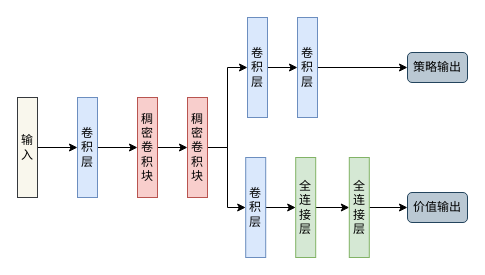
The draw.io diagram 策略价值网络示意图.drawio in zhaoyangkun/draw.io, before the edit. Source tidied: cells renumbered, new cells numbered last; positions are measured from the earlier drawing's top-left corner, leaving out a move shared by most shapes. Both pictures are drawn from the tidied source at 100%, with x=0, y=0 at pixel (17, 17).
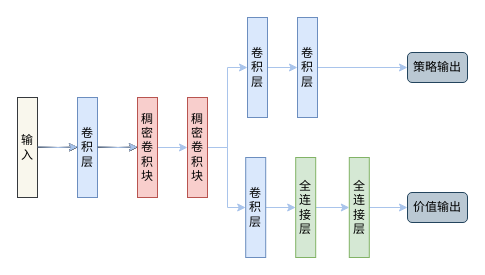
Above is the later version.

Commit message (it also covers changes not shown here):
更新策略价值网络示意图.drawio

The change refers to these unchanged cells:
```xml
<mxCell id="7" value="稠密&lt;br&gt;卷积块" style="rounded=0;whiteSpace=wrap;html=1;fillColor=#f8cecc;strokeColor=#b85450;flipH=1;" parent="1" vertex="1">
  <mxGeometry x="120" y="80" width="20" height="100" as="geometry" />
</mxCell>
<mxCell id="10" value="稠密&lt;br&gt;卷积块" style="rounded=0;whiteSpace=wrap;html=1;fillColor=#f8cecc;strokeColor=#b85450;flipH=1;" parent="1" vertex="1">
  <mxGeometry x="170" y="80" width="20" height="100" as="geometry" />
</mxCell>
<mxCell id="12" value="卷积层" style="rounded=0;whiteSpace=wrap;html=1;fillColor=#dae8fc;strokeColor=#6c8ebf;flipH=1;" parent="1" vertex="1">
  <mxGeometry x="230" width="20" height="100" as="geometry" />
</mxCell>
<mxCell id="14" value="卷积层" style="rounded=0;whiteSpace=wrap;html=1;fillColor=#dae8fc;strokeColor=#6c8ebf;flipH=1;" parent="1" vertex="1">
  <mxGeometry x="280" width="20" height="100" as="geometry" />
</mxCell>
<mxCell id="16" value="卷积层" style="rounded=0;whiteSpace=wrap;html=1;fillColor=#dae8fc;strokeColor=#6c8ebf;flipH=1;" parent="1" vertex="1">
  <mxGeometry x="228.2" y="140" width="20" height="100" as="geometry" />
</mxCell>
<mxCell id="18" value="全连接层" style="rounded=0;whiteSpace=wrap;html=1;fillColor=#d5e8d4;strokeColor=#82b366;flipH=1;" parent="1" vertex="1">
  <mxGeometry x="278.2" y="140" width="20" height="100" as="geometry" />
</mxCell>
<mxCell id="20" value="全连接层" style="rounded=0;whiteSpace=wrap;html=1;fillColor=#d5e8d4;strokeColor=#82b366;flipH=1;" parent="1" vertex="1">
  <mxGeometry x="331.8" y="140" width="20" height="100" as="geometry" />
</mxCell>
<mxCell id="21" value="策略输出" style="text;html=1;strokeColor=#23445d;fillColor=#bac8d3;align=center;verticalAlign=middle;whiteSpace=wrap;rounded=1;" parent="1" vertex="1">
  <mxGeometry x="390" y="35" width="60" height="30" as="geometry" />
</mxCell>
<mxCell id="22" value="价值输出" style="text;html=1;strokeColor=#23445d;fillColor=#bac8d3;align=center;verticalAlign=middle;whiteSpace=wrap;rounded=1;glass=0;shadow=0;" parent="1" vertex="1">
  <mxGeometry x="390" y="175" width="60" height="30" as="geometry" />
</mxCell>
```

Diff of the diagram source:
```diff
@@
-    <mxCell id="6" style="edgeStyle=orthogonalEdgeStyle;rounded=0;jettySize=auto;html=1;entryX=0;entryY=0.5;entryDx=0;entryDy=0;" parent="1" edge="1" source="7" target="10">
+    <mxCell id="6" style="edgeStyle=orthogonalEdgeStyle;rounded=0;jettySize=auto;html=1;entryX=0;entryY=0.5;entryDx=0;entryDy=0;strokeColor=#A9C4EB;" parent="1" edge="1" source="7" target="10">
       <mxGeometry relative="1" as="geometry" />
     </mxCell>
@@
-    <mxCell id="8" style="edgeStyle=orthogonalEdgeStyle;rounded=0;jettySize=auto;html=1;" parent="1" edge="1" source="10" target="12">
+    <mxCell id="8" style="edgeStyle=orthogonalEdgeStyle;rounded=0;jettySize=auto;html=1;strokeColor=#A9C4EB;" parent="1" edge="1" source="10" target="12">
       <mxGeometry relative="1" as="geometry" />
     </mxCell>
-    <mxCell id="9" style="edgeStyle=orthogonalEdgeStyle;rounded=0;jettySize=auto;html=1;" parent="1" edge="1" source="10" target="16">
+    <mxCell id="9" style="edgeStyle=orthogonalEdgeStyle;rounded=0;jettySize=auto;html=1;strokeColor=#A9C4EB;" parent="1" edge="1" source="10" target="16">
       <mxGeometry relative="1" as="geometry" />
     </mxCell>
@@
-    <mxCell id="11" style="edgeStyle=orthogonalEdgeStyle;rounded=0;jettySize=auto;html=1;entryX=0;entryY=0.5;entryDx=0;entryDy=0;" parent="1" edge="1" source="12" target="14">
+    <mxCell id="11" style="edgeStyle=orthogonalEdgeStyle;rounded=0;jettySize=auto;html=1;entryX=0;entryY=0.5;entryDx=0;entryDy=0;strokeColor=#A9C4EB;" parent="1" edge="1" source="12" target="14">
       <mxGeometry relative="1" as="geometry" />
     </mxCell>
@@
-    <mxCell id="13" style="edgeStyle=orthogonalEdgeStyle;rounded=0;jettySize=auto;html=1;" parent="1" edge="1" source="14" target="21">
+    <mxCell id="13" style="edgeStyle=orthogonalEdgeStyle;rounded=0;jettySize=auto;html=1;strokeColor=#A9C4EB;" parent="1" edge="1" source="14" target="21">
       <mxGeometry relative="1" as="geometry" />
     </mxCell>
@@
-    <mxCell id="15" style="edgeStyle=orthogonalEdgeStyle;rounded=0;jettySize=auto;html=1;" parent="1" edge="1" source="16" target="18">
+    <mxCell id="15" style="edgeStyle=orthogonalEdgeStyle;rounded=0;jettySize=auto;html=1;strokeColor=#A9C4EB;" parent="1" edge="1" source="16" target="18">
       <mxGeometry relative="1" as="geometry" />
     </mxCell>
@@
-    <mxCell id="17" style="edgeStyle=orthogonalEdgeStyle;rounded=0;jettySize=auto;html=1;" parent="1" edge="1" source="18" target="20">
+    <mxCell id="17" style="edgeStyle=orthogonalEdgeStyle;rounded=0;jettySize=auto;html=1;strokeColor=#A9C4EB;" parent="1" edge="1" source="18" target="20">
       <mxGeometry relative="1" as="geometry" />
     </mxCell>
@@
-    <mxCell id="19" style="edgeStyle=orthogonalEdgeStyle;rounded=0;jettySize=auto;html=1;entryX=0;entryY=0.5;entryDx=0;entryDy=0;" parent="1" edge="1" source="20" target="22">
+    <mxCell id="19" style="edgeStyle=orthogonalEdgeStyle;rounded=0;jettySize=auto;html=1;entryX=0;entryY=0.5;entryDx=0;entryDy=0;strokeColor=#A9C4EB;" parent="1" edge="1" source="20" target="22">
       <mxGeometry relative="1" as="geometry" />
     </mxCell>
@@
+    <mxCell id="23" style="edgeStyle=orthogonalEdgeStyle;rounded=0;orthogonalLoop=1;jettySize=auto;html=1;entryX=0;entryY=0.5;entryDx=0;entryDy=0;" parent="1" edge="1">
+      <mxGeometry relative="1" as="geometry">
+        <mxPoint x="20" y="129.5" as="sourcePoint" />
+        <mxPoint x="60" y="129.5" as="targetPoint" />
+      </mxGeometry>
+    </mxCell>
+    <mxCell id="24" style="edgeStyle=orthogonalEdgeStyle;rounded=0;orthogonalLoop=1;jettySize=auto;html=1;" parent="1" edge="1">
+      <mxGeometry relative="1" as="geometry">
+        <mxPoint x="80" y="129.5" as="sourcePoint" />
+        <mxPoint x="120" y="129.5" as="targetPoint" />
+      </mxGeometry>
+    </mxCell>
+    <mxCell id="25" style="edgeStyle=orthogonalEdgeStyle;rounded=0;orthogonalLoop=1;jettySize=auto;html=1;entryX=0;entryY=0.5;entryDx=0;entryDy=0;strokeColor=#A9C4EB;" parent="1" edge="1">
+      <mxGeometry relative="1" as="geometry">
+        <mxPoint x="20" y="129.5" as="sourcePoint" />
+        <mxPoint x="60" y="129.5" as="targetPoint" />
+      </mxGeometry>
+    </mxCell>
+    <mxCell id="26" style="edgeStyle=orthogonalEdgeStyle;rounded=0;orthogonalLoop=1;jettySize=auto;html=1;strokeColor=#A9C4EB;" parent="1" edge="1">
+      <mxGeometry relative="1" as="geometry">
+        <mxPoint x="80" y="129.5" as="sourcePoint" />
+        <mxPoint x="120" y="129.5" as="targetPoint" />
+      </mxGeometry>
+    </mxCell>
```
